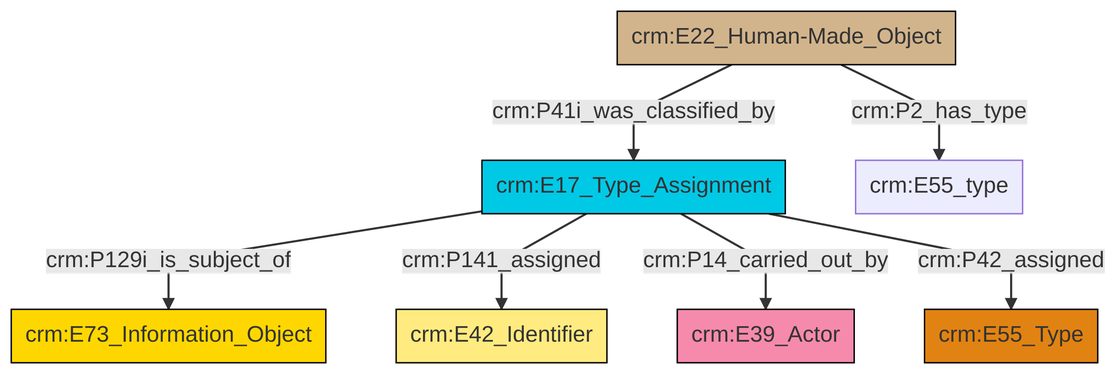
The Mermaid diagram et/builtWorkCSV/ttl/mmd/png/Built_Work_designation_status.png in swiss-art-research-net/docs.swissartresearch, before a commit. Its source is kept beside it as et/builtWorkCSV/ttl/mmd/Built_Work_designation_status.ttl.mmd.
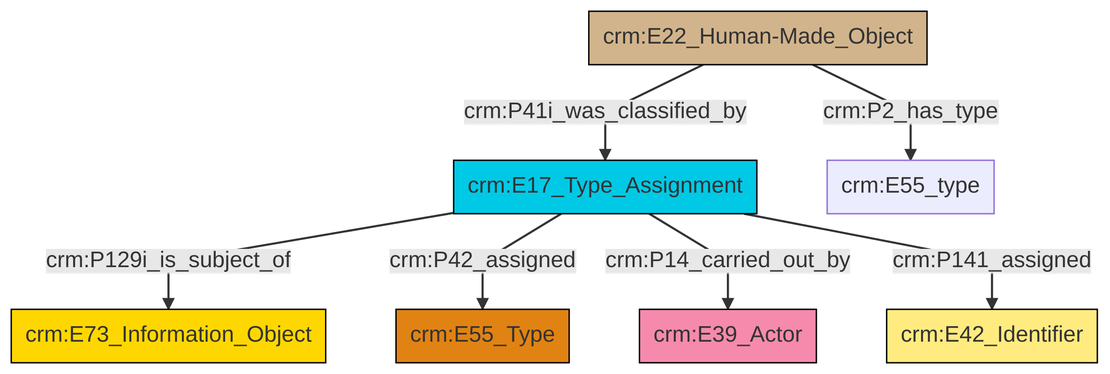
The same file after the commit.

Diff of the diagram source:
```diff
@@ -13,9 +13,9 @@
 classDef PC_Classes fill:#4ce600, stroke:#000000;
 classDef Multi fill:#cccccc,stroke:#000000;
 
-4["crm:E17_Type_Assignment"]:::Temporal_Entity -->|crm:P129i_is_subject_of| 6["crm:E73_Information_Object"]:::Conceptual_Object
-4["crm:E17_Type_Assignment"]:::Temporal_Entity -->|crm:P141_assigned| 7["crm:E42_Identifier"]:::Appellation
-8["crm:E22_Human-Made_Object"]:::Physical_Thing -->|crm:P41i_was_classified_by| 4["crm:E17_Type_Assignment"]:::Temporal_Entity
-8["crm:E22_Human-Made_Object"]:::Physical_Thing -->|crm:P2_has_type| 10["crm:E55_type"]:::Default
-4["crm:E17_Type_Assignment"]:::Temporal_Entity -->|crm:P14_carried_out_by| 2["crm:E39_Actor"]:::Actor
-4["crm:E17_Type_Assignment"]:::Temporal_Entity -->|crm:P42_assigned| 0["crm:E55_Type"]:::Type
+0["crm:E22_Human-Made_Object"]:::Physical_Thing -->|crm:P41i_was_classified_by| 1["crm:E17_Type_Assignment"]:::Temporal_Entity
+1["crm:E17_Type_Assignment"]:::Temporal_Entity -->|crm:P129i_is_subject_of| 2["crm:E73_Information_Object"]:::Conceptual_Object
+1["crm:E17_Type_Assignment"]:::Temporal_Entity -->|crm:P42_assigned| 6["crm:E55_Type"]:::Type
+1["crm:E17_Type_Assignment"]:::Temporal_Entity -->|crm:P14_carried_out_by| 3["crm:E39_Actor"]:::Actor
+1["crm:E17_Type_Assignment"]:::Temporal_Entity -->|crm:P141_assigned| 7["crm:E42_Identifier"]:::Appellation
+0["crm:E22_Human-Made_Object"]:::Physical_Thing -->|crm:P2_has_type| 12["crm:E55_type"]:::Default
```
